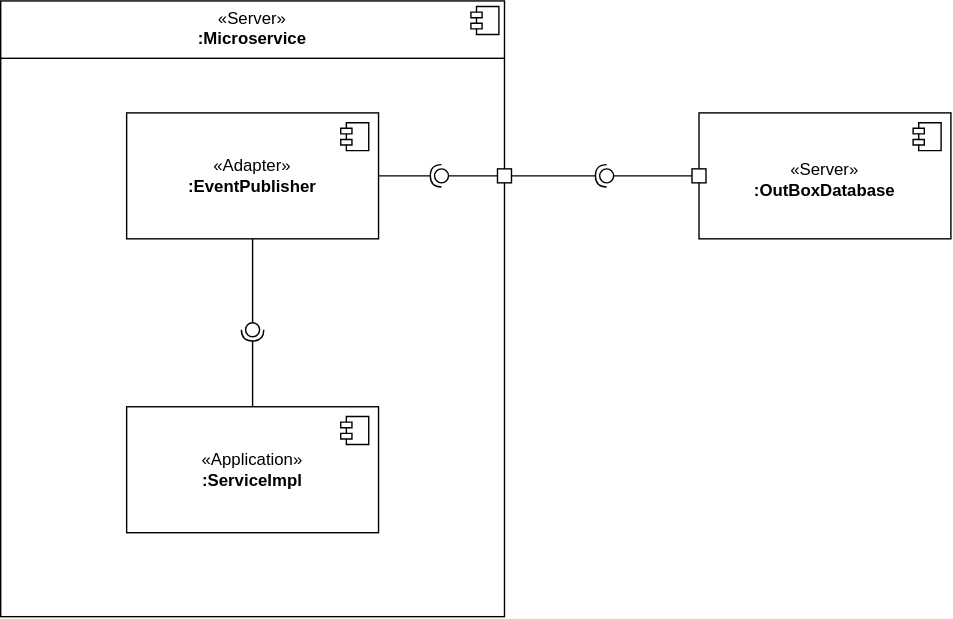
This is docs/report/img/cc/outbox.svg from EnergyConsumptionOptimizer/documentation, a draw.io export, as it was before one commit. Source tidied: cells renumbered, new cells last; positions are measured from the earlier drawing's top-left corner, leaving out a move shared by most shapes.
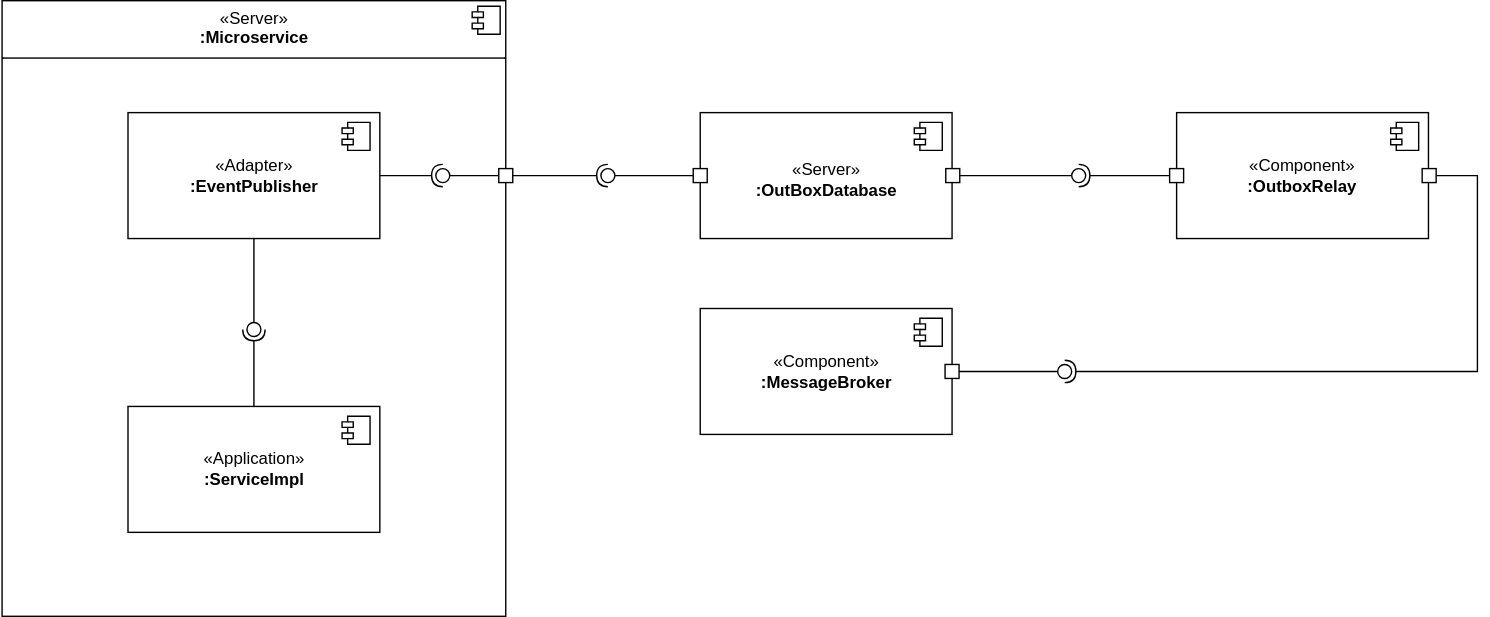
After the commit.

Commit message:
docs: add message relay component

The edit, as a diff of the source:
```diff
@@ -67,5 +67,62 @@
     <mxCell id="20" style="ellipse;whiteSpace=wrap;html=1;align=center;fillColor=none;strokeColor=none;perimeter=centerPerimeter;points=[];outlineConnect=1;" parent="1" vertex="1">
       <mxGeometry x="175" y="230" width="10" height="10" as="geometry" />
     </mxCell>
+    <mxCell id="21" style="group;" parent="1" vertex="1">
+      <mxGeometry x="499" y="220" width="185" height="90" as="geometry" />
+    </mxCell>
+    <mxCell id="22" value="«Component»&lt;br&gt;&lt;b&gt;:&lt;/b&gt;&lt;b&gt;MessageBroker&lt;/b&gt;" style="html=1;whiteSpace=wrap;" parent="21" vertex="1">
+      <mxGeometry width="180" height="90" as="geometry" />
+    </mxCell>
+    <mxCell id="23" style="shape=module;jettyWidth=8;jettyHeight=4;" parent="22" vertex="1">
+      <mxGeometry x="1" width="20" height="20" relative="1" as="geometry">
+        <mxPoint x="-27" y="7" as="offset" />
+      </mxGeometry>
+    </mxCell>
+    <mxCell id="24" style="rounded=0;whiteSpace=wrap;html=1;" parent="21" vertex="1">
+      <mxGeometry x="175" y="40" width="10" height="10" as="geometry" />
+    </mxCell>
+    <mxCell id="25" style="rounded=0;whiteSpace=wrap;html=1;" parent="1" vertex="1">
+      <mxGeometry x="674.5" y="120" width="10" height="10" as="geometry" />
+    </mxCell>
+    <mxCell id="26" style="group;" parent="1" vertex="1">
+      <mxGeometry x="834.5" y="80" width="190.5" height="90" as="geometry" />
+    </mxCell>
+    <mxCell id="27" value="«Component»&lt;br&gt;&lt;b&gt;:OutboxRelay&lt;/b&gt;" style="html=1;whiteSpace=wrap;" parent="26" vertex="1">
+      <mxGeometry x="5" width="180" height="90" as="geometry" />
+    </mxCell>
+    <mxCell id="28" style="shape=module;jettyWidth=8;jettyHeight=4;" parent="27" vertex="1">
+      <mxGeometry x="1" width="20" height="20" relative="1" as="geometry">
+        <mxPoint x="-27" y="7" as="offset" />
+      </mxGeometry>
+    </mxCell>
+    <mxCell id="29" style="rounded=0;whiteSpace=wrap;html=1;" parent="26" vertex="1">
+      <mxGeometry x="180.5" y="40" width="10" height="10" as="geometry" />
+    </mxCell>
+    <mxCell id="30" style="rounded=0;whiteSpace=wrap;html=1;" parent="26" vertex="1">
+      <mxGeometry y="40" width="10" height="10" as="geometry" />
+    </mxCell>
+    <mxCell id="31" style="rounded=0;jettySize=auto;html=1;endArrow=halfCircle;endFill=0;endSize=6;strokeWidth=1;sketch=0;exitX=0;exitY=0.5;exitDx=0;exitDy=0;" parent="1" edge="1" source="30" target="33">
+      <mxGeometry relative="1" as="geometry" />
+    </mxCell>
+    <mxCell id="32" style="rounded=0;jettySize=auto;html=1;endArrow=oval;endFill=0;sketch=0;sourcePerimeterSpacing=0;targetPerimeterSpacing=0;endSize=10;exitX=1;exitY=0.5;exitDx=0;exitDy=0;" parent="1" edge="1" source="25" target="33">
+      <mxGeometry relative="1" as="geometry" />
+    </mxCell>
+    <mxCell id="33" style="ellipse;whiteSpace=wrap;html=1;align=center;fillColor=none;strokeColor=none;perimeter=centerPerimeter;points=[];outlineConnect=1;" parent="1" vertex="1">
+      <mxGeometry x="764.5" y="120" width="10" height="10" as="geometry" />
+    </mxCell>
+    <mxCell id="34" style="rounded=0;jettySize=auto;html=1;endArrow=halfCircle;endFill=0;endSize=6;strokeWidth=1;sketch=0;edgeStyle=orthogonalEdgeStyle;exitX=1;exitY=0.5;exitDx=0;exitDy=0;" parent="1" edge="1" source="29" target="36">
+      <mxGeometry relative="1" as="geometry">
+        <Array as="points">
+          <mxPoint x="1054.5" y="125" />
+          <mxPoint x="1054.5" y="265" />
+        </Array>
+      </mxGeometry>
+    </mxCell>
+    <mxCell id="35" style="rounded=0;jettySize=auto;html=1;endArrow=oval;endFill=0;sketch=0;sourcePerimeterSpacing=0;targetPerimeterSpacing=0;endSize=10;exitX=1;exitY=0.5;exitDx=0;exitDy=0;" parent="1" edge="1" source="24" target="36">
+      <mxGeometry relative="1" as="geometry" />
+    </mxCell>
+    <mxCell id="36" style="ellipse;whiteSpace=wrap;html=1;align=center;fillColor=none;strokeColor=none;perimeter=centerPerimeter;points=[];outlineConnect=1;" parent="1" vertex="1">
+      <mxGeometry x="754.5" y="260" width="10" height="10" as="geometry" />
+    </mxCell>
   </root>
 </mxGraphModel>
```
